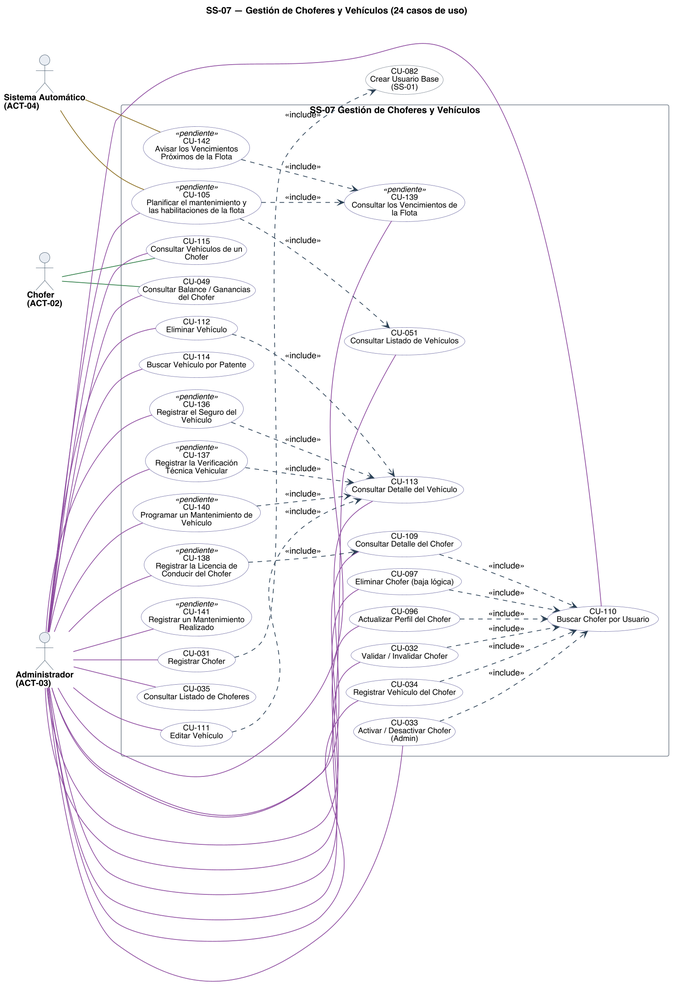
Above: diagramas/uml/CU_SS-07_Gestion-De-Choferes-Y-Vehiculos.png in Nahuelito-Dev/splg-docs (PlantUML), before the change.
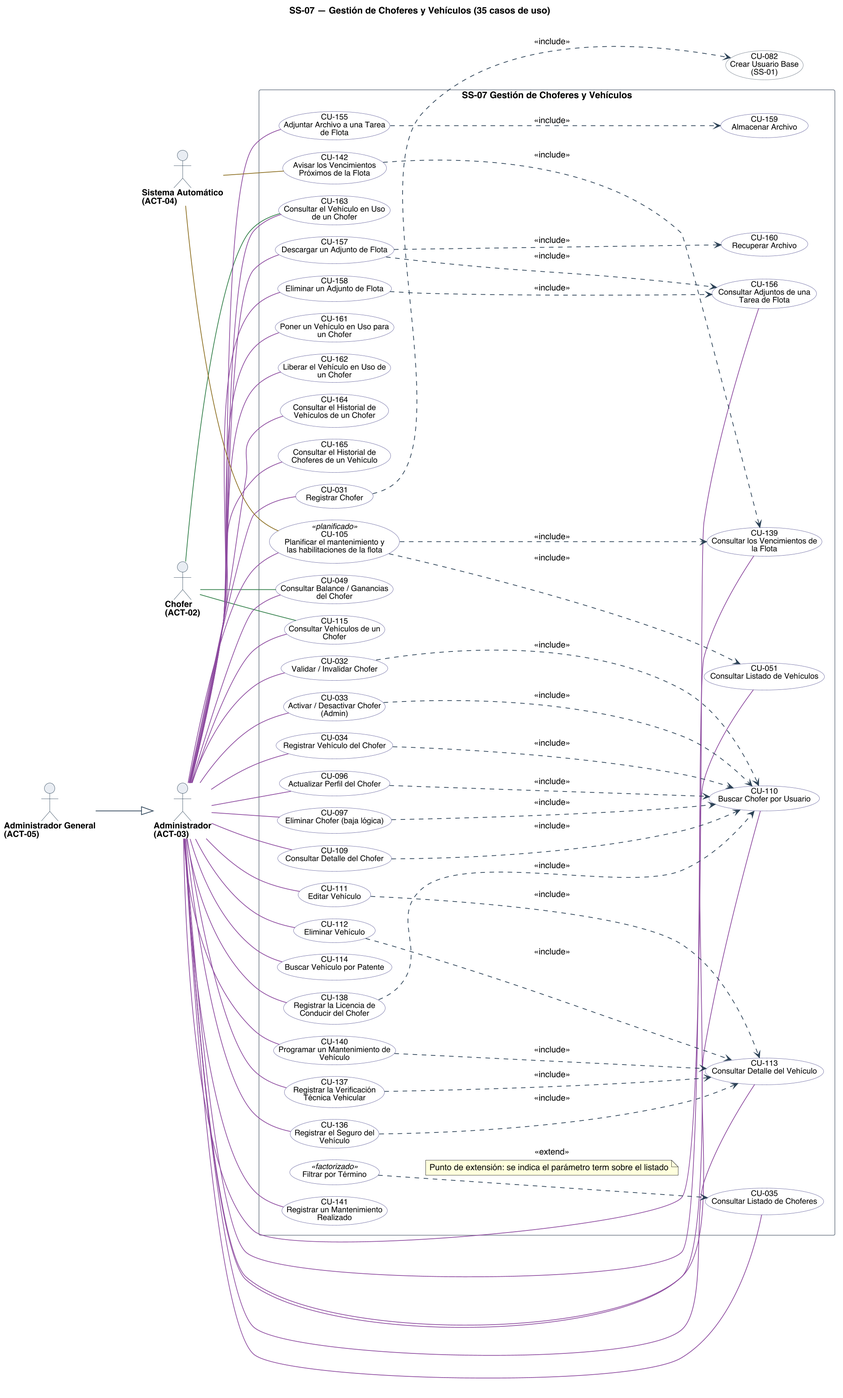
After the commit.

What changed in the source:
```diff
@@ -1,5 +1,5 @@
 @startuml
-title SS-07 — Gestión de Choferes y Vehículos (24 casos de uso)
+title SS-07 — Gestión de Choferes y Vehículos (35 casos de uso)
 left to right direction
 skinparam backgroundColor #FFFFFF
 skinparam shadowing false
@@ -28,8 +28,8 @@
 skinparam nodesep 18
 skinparam ranksep 70
 skinparam usecase {
-  BorderColor<<pendiente>> #9C4436
-  BackgroundColor<<pendiente>> #F6E4E1
+  BorderColor<<planificado>> #9C4436
+  BackgroundColor<<planificado>> #F6E4E1
   BorderColor<<factorizado>> #6B7683
   BackgroundColor<<factorizado>> #F2F4F6
 }
@@ -37,6 +37,7 @@
 actor "Chofer\n(ACT-02)" as A02
 actor "Administrador\n(ACT-03)" as A03
 actor "Sistema Automático\n(ACT-04)" as A04
+actor "Administrador General\n(ACT-05)" as A05
 
 rectangle "SS-07 Gestión de Choferes y Vehículos" {
   usecase "CU-031\nRegistrar Chofer" as U031 #back:FFFFFF;line:5A5896
@@ -48,7 +49,7 @@
   usecase "CU-051\nConsultar Listado de Vehículos" as U051 #back:FFFFFF;line:5A5896
   usecase "CU-096\nActualizar Perfil del Chofer" as U096 #back:FFFFFF;line:5A5896
   usecase "CU-097\nEliminar Chofer (baja lógica)" as U097 #back:FFFFFF;line:5A5896
-  usecase "CU-105\nPlanificar el mantenimiento y\nlas habilitaciones de la flota" as U105 <<pendiente>> #back:FFFFFF;line:5A5896
+  usecase "CU-105\nPlanificar el mantenimiento y\nlas habilitaciones de la flota" as U105 <<planificado>> #back:FFFFFF;line:5A5896
   usecase "CU-109\nConsultar Detalle del Chofer" as U109 #back:FFFFFF;line:5A5896
   usecase "CU-110\nBuscar Chofer por Usuario" as U110 #back:FFFFFF;line:5A5896
   usecase "CU-111\nEditar Vehículo" as U111 #back:FFFFFF;line:5A5896
@@ -56,19 +57,32 @@
   usecase "CU-113\nConsultar Detalle del Vehículo" as U113 #back:FFFFFF;line:5A5896
   usecase "CU-114\nBuscar Vehículo por Patente" as U114 #back:FFFFFF;line:5A5896
   usecase "CU-115\nConsultar Vehículos de un\nChofer" as U115 #back:FFFFFF;line:5A5896
-  usecase "CU-136\nRegistrar el Seguro del\nVehículo" as U136 <<pendiente>> #back:FFFFFF;line:5A5896
-  usecase "CU-137\nRegistrar la Verificación\nTécnica Vehicular" as U137 <<pendiente>> #back:FFFFFF;line:5A5896
-  usecase "CU-138\nRegistrar la Licencia de\nConducir del Chofer" as U138 <<pendiente>> #back:FFFFFF;line:5A5896
-  usecase "CU-139\nConsultar los Vencimientos de\nla Flota" as U139 <<pendiente>> #back:FFFFFF;line:5A5896
-  usecase "CU-140\nProgramar un Mantenimiento de\nVehículo" as U140 <<pendiente>> #back:FFFFFF;line:5A5896
-  usecase "CU-141\nRegistrar un Mantenimiento\nRealizado" as U141 <<pendiente>> #back:FFFFFF;line:5A5896
-  usecase "CU-142\nAvisar los Vencimientos\nPróximos de la Flota" as U142 <<pendiente>> #back:FFFFFF;line:5A5896
+  usecase "CU-136\nRegistrar el Seguro del\nVehículo" as U136 #back:FFFFFF;line:5A5896
+  usecase "CU-137\nRegistrar la Verificación\nTécnica Vehicular" as U137 #back:FFFFFF;line:5A5896
+  usecase "CU-138\nRegistrar la Licencia de\nConducir del Chofer" as U138 #back:FFFFFF;line:5A5896
+  usecase "CU-139\nConsultar los Vencimientos de\nla Flota" as U139 #back:FFFFFF;line:5A5896
+  usecase "CU-140\nProgramar un Mantenimiento de\nVehículo" as U140 #back:FFFFFF;line:5A5896
+  usecase "CU-141\nRegistrar un Mantenimiento\nRealizado" as U141 #back:FFFFFF;line:5A5896
+  usecase "CU-142\nAvisar los Vencimientos\nPróximos de la Flota" as U142 #back:FFFFFF;line:5A5896
+  usecase "CU-155\nAdjuntar Archivo a una Tarea\nde Flota" as U155 #back:FFFFFF;line:5A5896
+  usecase "CU-156\nConsultar Adjuntos de una\nTarea de Flota" as U156 #back:FFFFFF;line:5A5896
+  usecase "CU-157\nDescargar un Adjunto de Flota" as U157 #back:FFFFFF;line:5A5896
+  usecase "CU-158\nEliminar un Adjunto de Flota" as U158 #back:FFFFFF;line:5A5896
+  usecase "CU-159\nAlmacenar Archivo" as U159 #back:FFFFFF;line:5A5896
+  usecase "CU-160\nRecuperar Archivo" as U160 #back:FFFFFF;line:5A5896
+  usecase "CU-161\nPoner un Vehículo en Uso para\nun Chofer" as U161 #back:FFFFFF;line:5A5896
+  usecase "CU-162\nLiberar el Vehículo en Uso de\nun Chofer" as U162 #back:FFFFFF;line:5A5896
+  usecase "CU-163\nConsultar el Vehículo en Uso\nde un Chofer" as U163 #back:FFFFFF;line:5A5896
+  usecase "CU-164\nConsultar el Historial de\nVehículos de un Chofer" as U164 #back:FFFFFF;line:5A5896
+  usecase "CU-165\nConsultar el Historial de\nChoferes de un Vehículo" as U165 #back:FFFFFF;line:5A5896
+  usecase "Filtrar por Término" as F_TERM <<factorizado>> #back:FFFFFF;line:5A5896
 }
 
 usecase "CU-082\nCrear Usuario Base\n(SS-01)" as U082 #back:FFFFFF;line:6B7683
 
 A02 -[#2E7D46]- U049
 A02 -[#2E7D46]- U115
+A02 -[#2E7D46]- U163
 A03 -[#8C4A9E]- U031
 A03 -[#8C4A9E]- U032
 A03 -[#8C4A9E]- U033
@@ -92,13 +106,23 @@
 A03 -[#8C4A9E]- U139
 A03 -[#8C4A9E]- U140
 A03 -[#8C4A9E]- U141
+A03 -[#8C4A9E]- U155
+A03 -[#8C4A9E]- U156
+A03 -[#8C4A9E]- U157
+A03 -[#8C4A9E]- U158
+A03 -[#8C4A9E]- U161
+A03 -[#8C4A9E]- U162
+A03 -[#8C4A9E]- U163
+A03 -[#8C4A9E]- U164
+A03 -[#8C4A9E]- U165
 A04 -[#8A6D1F]- U105
 A04 -[#8A6D1F]- U142
+A05 --|> A03
 
 U136 ..> U113 : <<include>>
 U137 ..> U113 : <<include>>
 U140 ..> U113 : <<include>>
-U138 ..> U109 : <<include>>
+U138 ..> U110 : <<include>>
 U105 ..> U139 : <<include>>
 U142 ..> U139 : <<include>>
 U096 ..> U110 : <<include>>
@@ -110,6 +134,15 @@
 U111 ..> U113 : <<include>>
 U112 ..> U113 : <<include>>
 U105 ..> U051 : <<include>>
+U155 ..> U159 : <<include>>
+U157 ..> U156 : <<include>>
+U157 ..> U160 : <<include>>
+U158 ..> U156 : <<include>>
 U031 ..> U082 : <<include>>
 
+F_TERM ..> U035 : <<extend>>
+note on link
+  Punto de extensión: se indica el parámetro term sobre el listado
+end note
+
 @enduml
```
